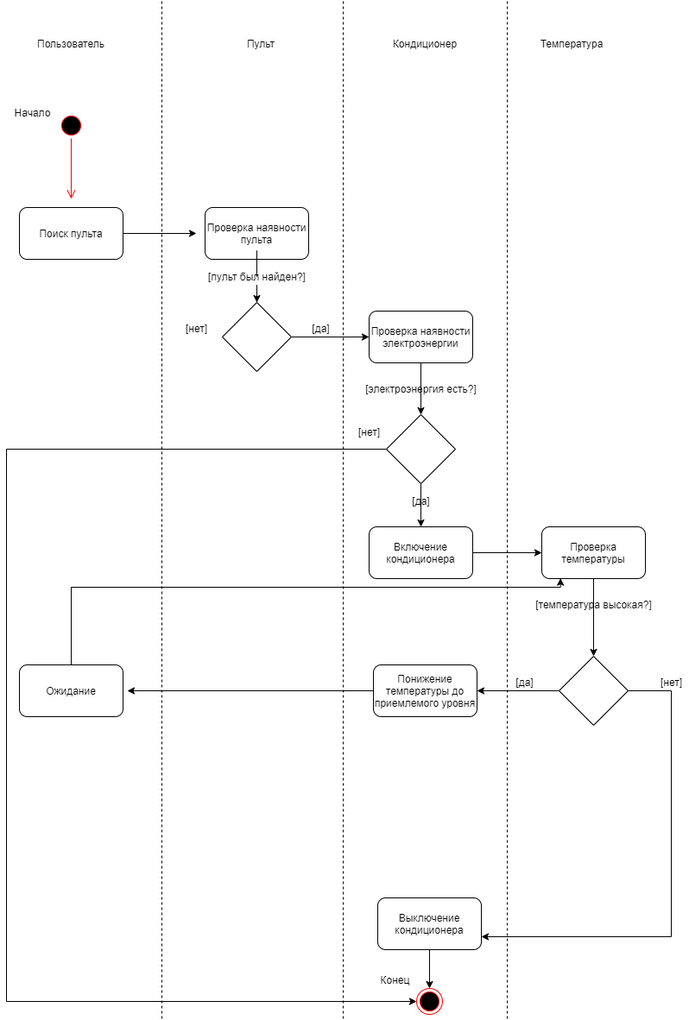
Earlier version of the draw.io export Untitled Diagram.drawio.png (Bogdan0012/UML-works). Source tidied: cells renumbered, new cells last; positions are measured from the earlier drawing's top-left corner, leaving out a move shared by most shapes.
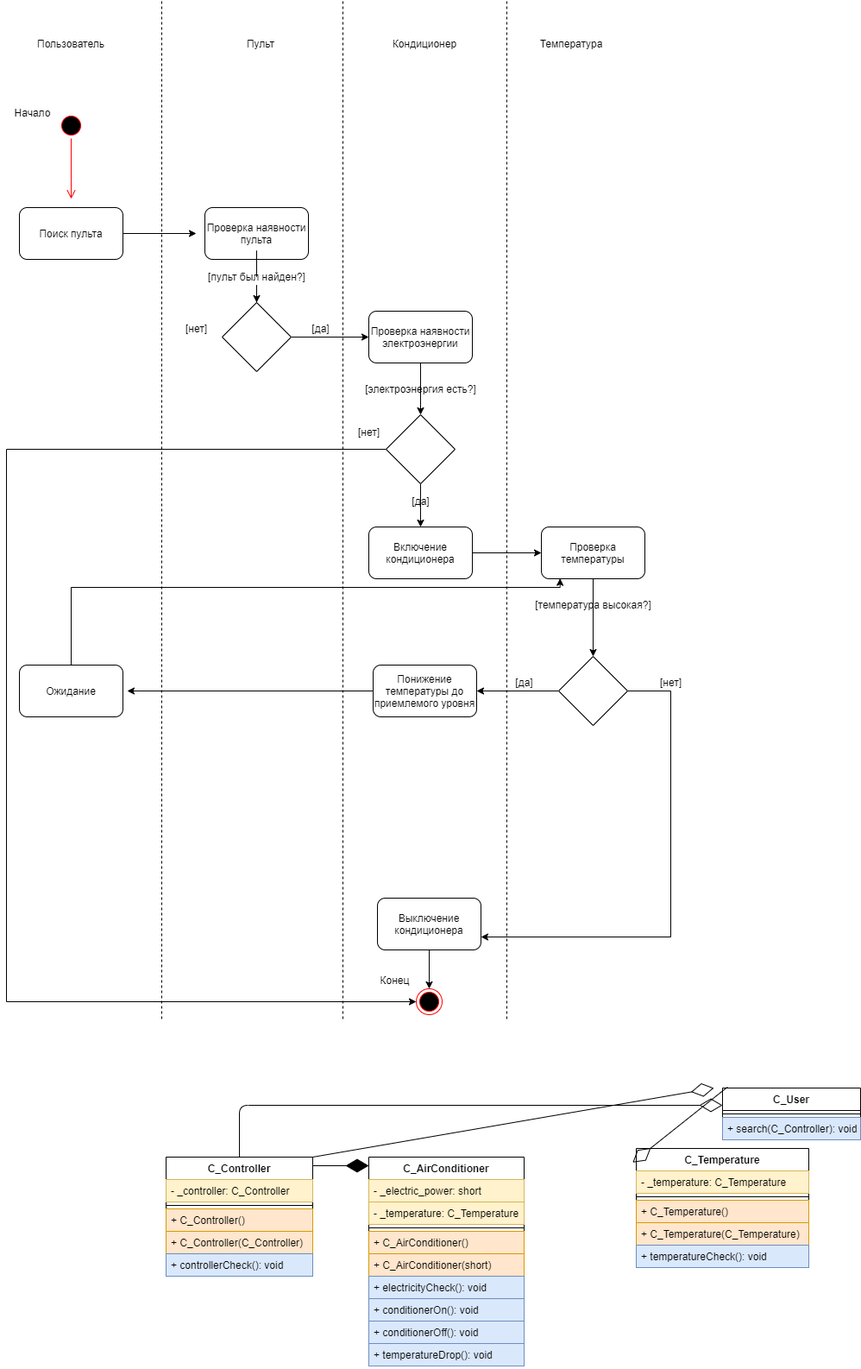
Later version of the same file.

The edit, as a diff of the source:
```diff
@@ -174,5 +174,102 @@
     <mxCell id="47" value="[нет]" style="text;html=1;align=center;verticalAlign=middle;strokeColor=none;fillColor=none;" parent="1" vertex="1">
       <mxGeometry x="750" y="780" width="40" height="20" as="geometry" />
     </mxCell>
+    <mxCell id="48" value="C_User" style="swimlane;fontStyle=1;align=center;verticalAlign=top;horizontal=1;startSize=26;" parent="1" vertex="1">
+      <mxGeometry x="830" y="1260" width="160" height="60" as="geometry" />
+    </mxCell>
+    <mxCell id="49" style="line;strokeWidth=1;fillColor=none;align=left;verticalAlign=middle;spacingTop=-1;spacingLeft=3;spacingRight=3;labelPosition=right;" parent="48" vertex="1">
+      <mxGeometry y="26" width="160" height="8" as="geometry" />
+    </mxCell>
+    <mxCell id="50" value="+ search(C_Controller): void" style="text;strokeColor=#6c8ebf;fillColor=#dae8fc;align=left;verticalAlign=top;spacingLeft=4;spacingRight=4;overflow=hidden;" parent="48" vertex="1">
+      <mxGeometry y="34" width="160" height="26" as="geometry" />
+    </mxCell>
+    <mxCell id="51" value="C_Controller" style="swimlane;fontStyle=1;align=center;verticalAlign=top;horizontal=1;startSize=26;" parent="1" vertex="1">
+      <mxGeometry x="185" y="1340" width="170" height="138" as="geometry" />
+    </mxCell>
+    <mxCell id="52" value="- _controller: C_Controller" style="text;strokeColor=#d6b656;fillColor=#fff2cc;align=left;verticalAlign=top;spacingLeft=4;spacingRight=4;overflow=hidden;" parent="51" vertex="1">
+      <mxGeometry y="26" width="170" height="26" as="geometry" />
+    </mxCell>
+    <mxCell id="53" style="line;strokeWidth=1;fillColor=none;align=left;verticalAlign=middle;spacingTop=-1;spacingLeft=3;spacingRight=3;labelPosition=right;" parent="51" vertex="1">
+      <mxGeometry y="52" width="170" height="8" as="geometry" />
+    </mxCell>
+    <mxCell id="54" value="+ C_Controller()" style="text;strokeColor=#d79b00;fillColor=#ffe6cc;align=left;verticalAlign=top;spacingLeft=4;spacingRight=4;overflow=hidden;" parent="51" vertex="1">
+      <mxGeometry y="60" width="170" height="26" as="geometry" />
+    </mxCell>
+    <mxCell id="55" value="+ C_Controller(C_Controller)" style="text;strokeColor=#d79b00;fillColor=#ffe6cc;align=left;verticalAlign=top;spacingLeft=4;spacingRight=4;overflow=hidden;" parent="51" vertex="1">
+      <mxGeometry y="86" width="170" height="26" as="geometry" />
+    </mxCell>
+    <mxCell id="56" value="+ controllerCheck(): void" style="text;strokeColor=#6c8ebf;fillColor=#dae8fc;align=left;verticalAlign=top;spacingLeft=4;spacingRight=4;overflow=hidden;" parent="51" vertex="1">
+      <mxGeometry y="112" width="170" height="26" as="geometry" />
+    </mxCell>
+    <mxCell id="57" value="C_AirConditioner" style="swimlane;fontStyle=1;align=center;verticalAlign=top;horizontal=1;startSize=26;" parent="1" vertex="1">
+      <mxGeometry x="420" y="1340" width="180" height="242" as="geometry" />
+    </mxCell>
+    <mxCell id="58" value="- _electric_power: short" style="text;strokeColor=#d6b656;fillColor=#fff2cc;align=left;verticalAlign=top;spacingLeft=4;spacingRight=4;overflow=hidden;" parent="57" vertex="1">
+      <mxGeometry y="26" width="180" height="26" as="geometry" />
+    </mxCell>
+    <mxCell id="59" value="- _temperature: C_Temperature" style="text;strokeColor=#d6b656;fillColor=#fff2cc;align=left;verticalAlign=top;spacingLeft=4;spacingRight=4;overflow=hidden;" parent="57" vertex="1">
+      <mxGeometry y="52" width="180" height="26" as="geometry" />
+    </mxCell>
+    <mxCell id="60" style="line;strokeWidth=1;fillColor=none;align=left;verticalAlign=middle;spacingTop=-1;spacingLeft=3;spacingRight=3;labelPosition=right;" parent="57" vertex="1">
+      <mxGeometry y="78" width="180" height="8" as="geometry" />
+    </mxCell>
+    <mxCell id="61" value="+ C_AirConditioner()" style="text;strokeColor=#d79b00;fillColor=#ffe6cc;align=left;verticalAlign=top;spacingLeft=4;spacingRight=4;overflow=hidden;" parent="57" vertex="1">
+      <mxGeometry y="86" width="180" height="26" as="geometry" />
+    </mxCell>
+    <mxCell id="62" value="+ C_AirConditioner(short)" style="text;strokeColor=#d79b00;fillColor=#ffe6cc;align=left;verticalAlign=top;spacingLeft=4;spacingRight=4;overflow=hidden;" parent="57" vertex="1">
+      <mxGeometry y="112" width="180" height="26" as="geometry" />
+    </mxCell>
+    <mxCell id="63" value="+ electricityCheck(): void" style="text;strokeColor=#6c8ebf;fillColor=#dae8fc;align=left;verticalAlign=top;spacingLeft=4;spacingRight=4;overflow=hidden;" parent="57" vertex="1">
+      <mxGeometry y="138" width="180" height="26" as="geometry" />
+    </mxCell>
+    <mxCell id="64" value="+ conditionerOn(): void" style="text;strokeColor=#6c8ebf;fillColor=#dae8fc;align=left;verticalAlign=top;spacingLeft=4;spacingRight=4;overflow=hidden;" parent="57" vertex="1">
+      <mxGeometry y="164" width="180" height="26" as="geometry" />
+    </mxCell>
+    <mxCell id="65" value="+ conditionerOff(): void" style="text;strokeColor=#6c8ebf;fillColor=#dae8fc;align=left;verticalAlign=top;spacingLeft=4;spacingRight=4;overflow=hidden;" parent="57" vertex="1">
+      <mxGeometry y="190" width="180" height="26" as="geometry" />
+    </mxCell>
+    <mxCell id="66" value="+ temperatureDrop(): void" style="text;strokeColor=#6c8ebf;fillColor=#dae8fc;align=left;verticalAlign=top;spacingLeft=4;spacingRight=4;overflow=hidden;" parent="57" vertex="1">
+      <mxGeometry y="216" width="180" height="26" as="geometry" />
+    </mxCell>
+    <mxCell id="67" value="C_Temperature" style="swimlane;fontStyle=1;align=center;verticalAlign=top;horizontal=1;startSize=26;" parent="1" vertex="1">
+      <mxGeometry x="730" y="1330" width="200" height="138" as="geometry" />
+    </mxCell>
+    <mxCell id="68" value="- _temperature: C_Temperature" style="text;strokeColor=#d6b656;fillColor=#fff2cc;align=left;verticalAlign=top;spacingLeft=4;spacingRight=4;overflow=hidden;" parent="67" vertex="1">
+      <mxGeometry y="26" width="200" height="26" as="geometry" />
+    </mxCell>
+    <mxCell id="69" style="line;strokeWidth=1;fillColor=none;align=left;verticalAlign=middle;spacingTop=-1;spacingLeft=3;spacingRight=3;labelPosition=right;" parent="67" vertex="1">
+      <mxGeometry y="52" width="200" height="8" as="geometry" />
+    </mxCell>
+    <mxCell id="70" value="+ C_Temperature()" style="text;strokeColor=#d79b00;fillColor=#ffe6cc;align=left;verticalAlign=top;spacingLeft=4;spacingRight=4;overflow=hidden;" parent="67" vertex="1">
+      <mxGeometry y="60" width="200" height="26" as="geometry" />
+    </mxCell>
+    <mxCell id="71" value="+ C_Temperature(C_Temperature)" style="text;strokeColor=#d79b00;fillColor=#ffe6cc;align=left;verticalAlign=top;spacingLeft=4;spacingRight=4;overflow=hidden;" parent="67" vertex="1">
+      <mxGeometry y="86" width="200" height="26" as="geometry" />
+    </mxCell>
+    <mxCell id="72" value="+ temperatureCheck(): void" style="text;strokeColor=#6c8ebf;fillColor=#dae8fc;align=left;verticalAlign=top;spacingLeft=4;spacingRight=4;overflow=hidden;" parent="67" vertex="1">
+      <mxGeometry y="112" width="200" height="26" as="geometry" />
+    </mxCell>
+    <mxCell id="73" style="endArrow=diamondThin;endFill=1;endSize=24;html=1;" parent="1" edge="1">
+      <mxGeometry relative="1" as="geometry">
+        <mxPoint x="355" y="1350" as="sourcePoint" />
+        <mxPoint x="420" y="1350" as="targetPoint" />
+      </mxGeometry>
+    </mxCell>
+    <mxCell id="74" style="endArrow=diamondThin;endFill=0;endSize=24;html=1;exitX=0.5;exitY=0;exitDx=0;exitDy=0;" parent="1" edge="1" source="51">
+      <mxGeometry relative="1" as="geometry">
+        <mxPoint x="830" y="1280" as="targetPoint" />
+        <Array as="points">
+          <mxPoint x="270" y="1280" />
+        </Array>
+      </mxGeometry>
+    </mxCell>
+    <mxCell id="75" style="endArrow=diamondThin;endFill=0;endSize=24;html=1;entryX=-0.021;entryY=0.118;entryDx=0;entryDy=0;entryPerimeter=0;exitX=0.036;exitY=-0.019;exitDx=0;exitDy=0;exitPerimeter=0;" parent="1" edge="1" source="48" target="67">
+      <mxGeometry relative="1" as="geometry" />
+    </mxCell>
+    <mxCell id="76" style="endArrow=diamondThin;endFill=0;endSize=24;html=1;exitX=1;exitY=0;exitDx=0;exitDy=0;" parent="1" edge="1" source="51">
+      <mxGeometry relative="1" as="geometry">
+        <mxPoint x="820" y="1260" as="targetPoint" />
+      </mxGeometry>
+    </mxCell>
   </root>
 </mxGraphModel>
```
